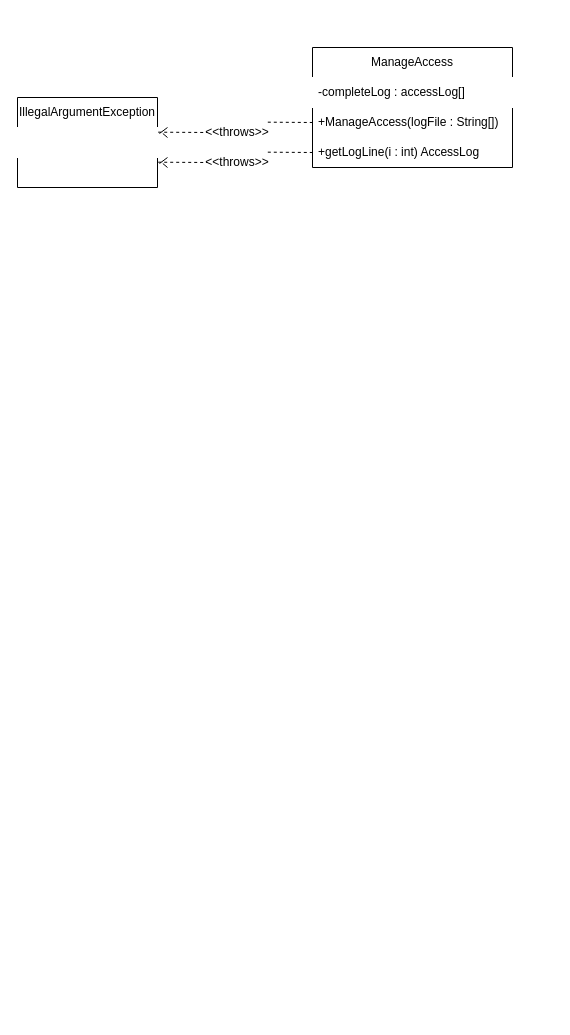
Above: lab5.drawio in Roro4112/ENSF380_Lab_5 (draw.io), before the change. Source tidied: cells renumbered, new cells numbered last; positions are measured from the earlier drawing's top-left corner, leaving out a move shared by most shapes. Both pictures are drawn from the tidied source at 100%, with x=0, y=0 at pixel (17, 47).
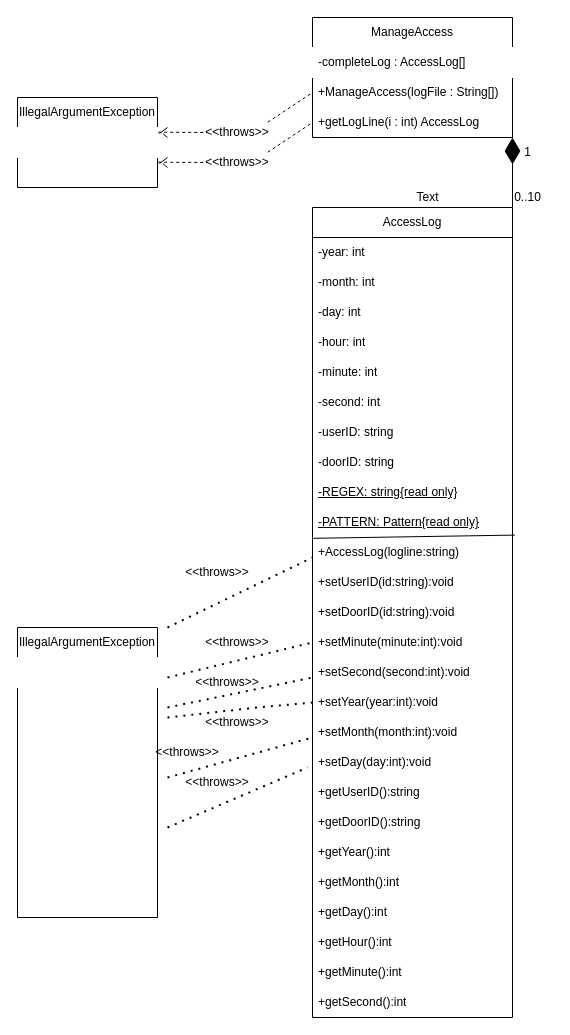
After the change.

Unchanged cells that the change refers to:
```xml
<mxCell id="5" value="+getLogLine(i : int) AccessLog" style="text;strokeColor=none;fillColor=none;align=left;verticalAlign=middle;spacingLeft=4;spacingRight=4;overflow=hidden;points=[[0,0.5],[1,0.5]];portConstraint=eastwest;whiteSpace=wrap;html=1;" parent="2" vertex="1">
  <mxGeometry y="90" width="200" height="30" as="geometry" />
</mxCell>
<mxCell id="18" value="&amp;lt;&amp;lt;throws&amp;gt;&amp;gt;" style="text;html=1;strokeColor=none;fillColor=none;align=center;verticalAlign=middle;whiteSpace=wrap;rounded=0;" parent="1" vertex="1">
  <mxGeometry x="190" y="100" width="60" height="30" as="geometry" />
</mxCell>
```

What changed in the source:
```diff
@@
-<mxGraphModel>
+<mxGraphModel background="#FFFFFF">
@@
     <mxCell id="2" value="ManageAccess" style="swimlane;fontStyle=0;horizontal=1;startSize=30;whiteSpace=wrap;html=1;" parent="1" vertex="1">
-      <mxGeometry x="295" width="200" height="120" as="geometry" />
+      <mxGeometry x="295" y="-30" width="200" height="120" as="geometry" />
     </mxCell>
-    <mxCell id="3" value="-completeLog : accessLog[]" style="text;strokeColor=white;fillColor=none;align=left;verticalAlign=middle;spacingLeft=4;spacingRight=4;overflow=hidden;whiteSpace=wrap;html=1;" parent="2" vertex="1">
+    <mxCell id="3" value="-completeLog : AccessLog[]" style="text;strokeColor=white;fillColor=none;align=left;verticalAlign=middle;spacingLeft=4;spacingRight=4;overflow=hidden;whiteSpace=wrap;html=1;" parent="2" vertex="1">
       <mxGeometry y="30" width="200" height="30" as="geometry" />
     </mxCell>
@@
-    <mxCell id="14" style="endArrow=none;dashed=1;html=1;exitX=1.005;exitY=0.156;exitDx=0;exitDy=0;exitPerimeter=0;entryX=0;entryY=0.5;entryDx=0;entryDy=0;startArrow=none;" parent="1" edge="1" source="18">
-      <mxGeometry relative="1" as="geometry">
-        <mxPoint x="295" y="105" as="targetPoint" />
-      </mxGeometry>
+    <mxCell id="14" style="endArrow=none;dashed=1;html=1;exitX=1.005;exitY=0.156;exitDx=0;exitDy=0;exitPerimeter=0;entryX=0;entryY=0.5;entryDx=0;entryDy=0;startArrow=none;" parent="1" edge="1" source="18" target="5">
+      <mxGeometry relative="1" as="geometry" />
     </mxCell>
@@
+    <mxCell id="19" value="AccessLog" style="swimlane;fontStyle=0;horizontal=1;startSize=30;whiteSpace=wrap;html=1;" parent="1" vertex="1">
+      <mxGeometry x="295" y="160" width="200" height="810" as="geometry" />
+    </mxCell>
+    <mxCell id="20" value="-year: int" style="text;strokeColor=none;fillColor=none;align=left;verticalAlign=middle;spacingLeft=4;spacingRight=4;overflow=hidden;whiteSpace=wrap;html=1;" parent="19" vertex="1">
+      <mxGeometry y="30" width="200" height="30" as="geometry" />
+    </mxCell>
+    <mxCell id="21" value="-month: int" style="text;strokeColor=none;fillColor=none;align=left;verticalAlign=middle;spacingLeft=4;spacingRight=4;overflow=hidden;whiteSpace=wrap;html=1;" parent="19" vertex="1">
+      <mxGeometry y="60" width="200" height="30" as="geometry" />
+    </mxCell>
+    <mxCell id="22" value="-day: int" style="text;strokeColor=none;fillColor=none;align=left;verticalAlign=middle;spacingLeft=4;spacingRight=4;overflow=hidden;whiteSpace=wrap;html=1;" parent="19" vertex="1">
+      <mxGeometry y="90" width="200" height="30" as="geometry" />
+    </mxCell>
+    <mxCell id="23" value="-hour: int" style="text;strokeColor=none;fillColor=none;align=left;verticalAlign=middle;spacingLeft=4;spacingRight=4;overflow=hidden;whiteSpace=wrap;html=1;" parent="19" vertex="1">
+      <mxGeometry y="120" width="200" height="30" as="geometry" />
+    </mxCell>
+    <mxCell id="24" value="-minute: int" style="text;strokeColor=none;fillColor=none;align=left;verticalAlign=middle;spacingLeft=4;spacingRight=4;overflow=hidden;whiteSpace=wrap;html=1;" parent="19" vertex="1">
+      <mxGeometry y="150" width="200" height="30" as="geometry" />
+    </mxCell>
+    <mxCell id="25" value="-second: int" style="text;strokeColor=none;fillColor=none;align=left;verticalAlign=middle;spacingLeft=4;spacingRight=4;overflow=hidden;whiteSpace=wrap;html=1;" parent="19" vertex="1">
+      <mxGeometry y="180" width="200" height="30" as="geometry" />
+    </mxCell>
+    <mxCell id="26" value="-userID: string" style="text;strokeColor=none;fillColor=none;align=left;verticalAlign=middle;spacingLeft=4;spacingRight=4;overflow=hidden;whiteSpace=wrap;html=1;" parent="19" vertex="1">
+      <mxGeometry y="210" width="200" height="30" as="geometry" />
+    </mxCell>
+    <mxCell id="27" value="-doorID: string" style="text;strokeColor=none;fillColor=none;align=left;verticalAlign=middle;spacingLeft=4;spacingRight=4;overflow=hidden;whiteSpace=wrap;html=1;" parent="19" vertex="1">
+      <mxGeometry y="240" width="200" height="30" as="geometry" />
+    </mxCell>
+    <mxCell id="28" value="&lt;u&gt;-REGEX: string{read only}&lt;/u&gt;" style="text;strokeColor=none;fillColor=none;align=left;verticalAlign=middle;spacingLeft=4;spacingRight=4;overflow=hidden;whiteSpace=wrap;html=1;" parent="19" vertex="1">
+      <mxGeometry y="270" width="200" height="30" as="geometry" />
+    </mxCell>
+    <mxCell id="29" value="&lt;u&gt;-PATTERN: Pattern{read only}&lt;/u&gt;" style="text;strokeColor=none;fillColor=none;align=left;verticalAlign=middle;spacingLeft=4;spacingRight=4;overflow=hidden;whiteSpace=wrap;html=1;" parent="19" vertex="1">
+      <mxGeometry y="300" width="200" height="30" as="geometry" />
+    </mxCell>
+    <mxCell id="30" value="+AccessLog(logline:string)" style="text;strokeColor=none;fillColor=none;align=left;verticalAlign=middle;spacingLeft=4;spacingRight=4;overflow=hidden;points=[[0,0.5],[1,0.5]];portConstraint=eastwest;whiteSpace=wrap;html=1;" parent="19" vertex="1">
+      <mxGeometry y="330" width="200" height="30" as="geometry" />
+    </mxCell>
+    <mxCell id="31" style="endArrow=none;html=1;entryX=1.012;entryY=-0.08;entryDx=0;entryDy=0;entryPerimeter=0;exitX=0.004;exitY=0.027;exitDx=0;exitDy=0;exitPerimeter=0;" parent="19" edge="1" source="30" target="30">
+      <mxGeometry relative="1" as="geometry" />
+    </mxCell>
+    <mxCell id="32" value="+setUserID(id:string):void" style="text;strokeColor=none;fillColor=none;align=left;verticalAlign=middle;spacingLeft=4;spacingRight=4;overflow=hidden;whiteSpace=wrap;html=1;" parent="19" vertex="1">
+      <mxGeometry y="360" width="200" height="30" as="geometry" />
+    </mxCell>
+    <mxCell id="33" value="+setDoorID(id:string):void" style="text;strokeColor=none;fillColor=none;align=left;verticalAlign=middle;spacingLeft=4;spacingRight=4;overflow=hidden;whiteSpace=wrap;html=1;" parent="19" vertex="1">
+      <mxGeometry y="390" width="200" height="30" as="geometry" />
+    </mxCell>
+    <mxCell id="34" value="+setMinute(minute:int):void" style="text;strokeColor=none;fillColor=none;align=left;verticalAlign=middle;spacingLeft=4;spacingRight=4;overflow=hidden;whiteSpace=wrap;html=1;" parent="19" vertex="1">
+      <mxGeometry y="420" width="200" height="30" as="geometry" />
+    </mxCell>
+    <mxCell id="35" value="+setSecond(second:int):void" style="text;strokeColor=none;fillColor=none;align=left;verticalAlign=middle;spacingLeft=4;spacingRight=4;overflow=hidden;whiteSpace=wrap;html=1;" parent="19" vertex="1">
+      <mxGeometry y="450" width="200" height="30" as="geometry" />
+    </mxCell>
+    <mxCell id="36" value="+setYear(year:int):void" style="text;strokeColor=none;fillColor=none;align=left;verticalAlign=middle;spacingLeft=4;spacingRight=4;overflow=hidden;points=[[0,0.5],[1,0.5]];portConstraint=eastwest;whiteSpace=wrap;html=1;" parent="19" vertex="1">
+      <mxGeometry y="480" width="200" height="30" as="geometry" />
+    </mxCell>
+    <mxCell id="37" value="+setMonth(month:int):void" style="text;strokeColor=none;fillColor=none;align=left;verticalAlign=middle;spacingLeft=4;spacingRight=4;overflow=hidden;whiteSpace=wrap;html=1;" parent="19" vertex="1">
+      <mxGeometry y="510" width="200" height="30" as="geometry" />
+    </mxCell>
+    <mxCell id="38" value="+setDay(day:int):void" style="text;strokeColor=none;fillColor=none;align=left;verticalAlign=middle;spacingLeft=4;spacingRight=4;overflow=hidden;whiteSpace=wrap;html=1;" parent="19" vertex="1">
+      <mxGeometry y="540" width="200" height="30" as="geometry" />
+    </mxCell>
+    <mxCell id="39" value="+getUserID():string" style="text;strokeColor=none;fillColor=none;align=left;verticalAlign=middle;spacingLeft=4;spacingRight=4;overflow=hidden;whiteSpace=wrap;html=1;" parent="19" vertex="1">
+      <mxGeometry y="570" width="200" height="30" as="geometry" />
+    </mxCell>
+    <mxCell id="40" value="+getDoorID():string" style="text;strokeColor=none;fillColor=none;align=left;verticalAlign=middle;spacingLeft=4;spacingRight=4;overflow=hidden;whiteSpace=wrap;html=1;" parent="19" vertex="1">
+      <mxGeometry y="600" width="200" height="30" as="geometry" />
+    </mxCell>
+    <mxCell id="41" value="+getYear():int" style="text;strokeColor=none;fillColor=none;align=left;verticalAlign=middle;spacingLeft=4;spacingRight=4;overflow=hidden;whiteSpace=wrap;html=1;" parent="19" vertex="1">
+      <mxGeometry y="630" width="200" height="30" as="geometry" />
+    </mxCell>
+    <mxCell id="42" value="+getMonth():int" style="text;strokeColor=none;fillColor=none;align=left;verticalAlign=middle;spacingLeft=4;spacingRight=4;overflow=hidden;whiteSpace=wrap;html=1;" parent="19" vertex="1">
+      <mxGeometry y="660" width="200" height="30" as="geometry" />
+    </mxCell>
+    <mxCell id="43" value="+getDay():int" style="text;strokeColor=none;fillColor=none;align=left;verticalAlign=middle;spacingLeft=4;spacingRight=4;overflow=hidden;whiteSpace=wrap;html=1;" parent="19" vertex="1">
+      <mxGeometry y="690" width="200" height="30" as="geometry" />
+    </mxCell>
+    <mxCell id="44" value="+getHour():int" style="text;strokeColor=none;fillColor=none;align=left;verticalAlign=middle;spacingLeft=4;spacingRight=4;overflow=hidden;whiteSpace=wrap;html=1;" parent="19" vertex="1">
+      <mxGeometry y="720" width="200" height="30" as="geometry" />
+    </mxCell>
+    <mxCell id="45" value="+getMinute():int" style="text;strokeColor=none;fillColor=none;align=left;verticalAlign=middle;spacingLeft=4;spacingRight=4;overflow=hidden;whiteSpace=wrap;html=1;" parent="19" vertex="1">
+      <mxGeometry y="750" width="200" height="30" as="geometry" />
+    </mxCell>
+    <mxCell id="46" value="+getSecond():int" style="text;strokeColor=none;fillColor=none;align=left;verticalAlign=middle;spacingLeft=4;spacingRight=4;overflow=hidden;whiteSpace=wrap;html=1;" parent="19" vertex="1">
+      <mxGeometry y="780" width="200" height="30" as="geometry" />
+    </mxCell>
+    <mxCell id="47" value="IllegalArgumentException" style="swimlane;fontStyle=0;horizontal=1;startSize=30;whiteSpace=wrap;html=1;fillColor=none;" parent="1" vertex="1">
+      <mxGeometry y="580" width="140" height="290" as="geometry" />
+    </mxCell>
+    <mxCell id="48" value="&amp;nbsp;" style="text;strokeColor=white;fillColor=none;align=left;verticalAlign=middle;spacingLeft=4;spacingRight=4;overflow=hidden;whiteSpace=wrap;html=1;" parent="47" vertex="1">
+      <mxGeometry y="30" width="140" height="30" as="geometry" />
+    </mxCell>
+    <mxCell id="49" value="&amp;nbsp;" style="text;strokeColor=none;fillColor=none;align=left;verticalAlign=middle;spacingLeft=4;spacingRight=4;overflow=hidden;whiteSpace=wrap;html=1;" parent="47" vertex="1">
+      <mxGeometry y="60" width="140" height="230" as="geometry" />
+    </mxCell>
+    <mxCell id="50" value="&amp;lt;&amp;lt;throws&amp;gt;&amp;gt;" style="text;html=1;strokeColor=none;fillColor=none;align=center;verticalAlign=middle;whiteSpace=wrap;rounded=0;" parent="1" vertex="1">
+      <mxGeometry x="170" y="510" width="60" height="30" as="geometry" />
+    </mxCell>
+    <mxCell id="51" style="endArrow=none;dashed=1;html=1;dashPattern=1 3;strokeWidth=2;" parent="1" edge="1">
+      <mxGeometry relative="1" as="geometry">
+        <mxPoint x="150" y="580" as="sourcePoint" />
+        <mxPoint x="295" y="510" as="targetPoint" />
+      </mxGeometry>
+    </mxCell>
+    <mxCell id="52" value="&amp;lt;&amp;lt;throws&amp;gt;&amp;gt;" style="text;html=1;strokeColor=none;fillColor=none;align=center;verticalAlign=middle;whiteSpace=wrap;rounded=0;" parent="1" vertex="1">
+      <mxGeometry x="190" y="580" width="60" height="30" as="geometry" />
+    </mxCell>
+    <mxCell id="53" style="endArrow=none;dashed=1;html=1;dashPattern=1 3;strokeWidth=2;" parent="1" edge="1">
+      <mxGeometry relative="1" as="geometry">
+        <mxPoint x="150" y="630" as="sourcePoint" />
+        <mxPoint x="295" y="595" as="targetPoint" />
+      </mxGeometry>
+    </mxCell>
+    <mxCell id="54" value="&amp;lt;&amp;lt;throws&amp;gt;&amp;gt;" style="text;html=1;strokeColor=none;fillColor=none;align=center;verticalAlign=middle;whiteSpace=wrap;rounded=0;" parent="1" vertex="1">
+      <mxGeometry x="180" y="620" width="60" height="30" as="geometry" />
+    </mxCell>
+    <mxCell id="55" style="endArrow=none;dashed=1;html=1;dashPattern=1 3;strokeWidth=2;" parent="1" edge="1">
+      <mxGeometry relative="1" as="geometry">
+        <mxPoint x="150" y="660" as="sourcePoint" />
+        <mxPoint x="295" y="630" as="targetPoint" />
+      </mxGeometry>
+    </mxCell>
+    <mxCell id="56" value="&amp;lt;&amp;lt;throws&amp;gt;&amp;gt;" style="text;html=1;strokeColor=none;fillColor=none;align=center;verticalAlign=middle;whiteSpace=wrap;rounded=0;" parent="1" vertex="1">
+      <mxGeometry x="190" y="660" width="60" height="30" as="geometry" />
+    </mxCell>
+    <mxCell id="57" style="endArrow=none;dashed=1;html=1;dashPattern=1 3;strokeWidth=2;entryX=0;entryY=0.5;entryDx=0;entryDy=0;" parent="1" edge="1" target="36">
+      <mxGeometry relative="1" as="geometry">
+        <mxPoint x="150" y="670" as="sourcePoint" />
+        <Array as="points">
+          <mxPoint x="240" y="660" />
+        </Array>
+      </mxGeometry>
+    </mxCell>
+    <mxCell id="58" value="&amp;lt;&amp;lt;throws&amp;gt;&amp;gt;" style="text;html=1;strokeColor=none;fillColor=none;align=center;verticalAlign=middle;whiteSpace=wrap;rounded=0;" parent="1" vertex="1">
+      <mxGeometry x="140" y="690" width="60" height="30" as="geometry" />
+    </mxCell>
+    <mxCell id="59" style="endArrow=none;dashed=1;html=1;dashPattern=1 3;strokeWidth=2;" parent="1" edge="1">
+      <mxGeometry relative="1" as="geometry">
+        <mxPoint x="150" y="730" as="sourcePoint" />
+        <mxPoint x="295" y="690" as="targetPoint" />
+      </mxGeometry>
+    </mxCell>
+    <mxCell id="60" value="&amp;lt;&amp;lt;throws&amp;gt;&amp;gt;" style="text;html=1;strokeColor=none;fillColor=none;align=center;verticalAlign=middle;whiteSpace=wrap;rounded=0;" parent="1" vertex="1">
+      <mxGeometry x="170" y="720" width="60" height="30" as="geometry" />
+    </mxCell>
+    <mxCell id="61" style="endArrow=none;dashed=1;html=1;dashPattern=1 3;strokeWidth=2;" parent="1" edge="1">
+      <mxGeometry relative="1" as="geometry">
+        <mxPoint x="150" y="780" as="sourcePoint" />
+        <mxPoint x="290" y="720" as="targetPoint" />
+      </mxGeometry>
+    </mxCell>
+    <mxCell id="62" value="Text" style="text;html=1;align=center;verticalAlign=middle;strokeColor=none;fillColor=none;" parent="1" vertex="1">
+      <mxGeometry x="385" y="135" width="50" height="30" as="geometry" />
+    </mxCell>
+    <mxCell id="63" style="endArrow=diamondThin;endFill=1;endSize=24;html=1;exitX=1;exitY=0;exitDx=0;exitDy=0;" parent="1" edge="1" source="19">
+      <mxGeometry relative="1" as="geometry">
+        <mxPoint x="495" y="90" as="targetPoint" />
+      </mxGeometry>
+    </mxCell>
+    <mxCell id="64" value="1" style="text;html=1;align=center;verticalAlign=middle;strokeColor=none;fillColor=none;" parent="1" vertex="1">
+      <mxGeometry x="495" y="90" width="30" height="30" as="geometry" />
+    </mxCell>
+    <mxCell id="65" value="0..10" style="text;html=1;align=center;verticalAlign=middle;strokeColor=none;fillColor=none;" parent="1" vertex="1">
+      <mxGeometry x="485" y="135" width="50" height="30" as="geometry" />
+    </mxCell>
```
